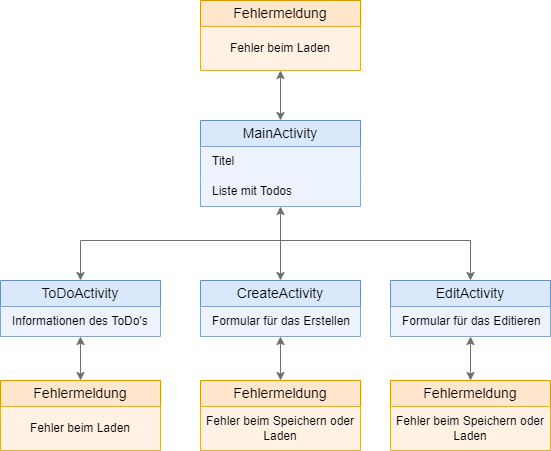
symapp/bbc-doTooo keeps this draw.io diagram as docs/images/app-structure.png. Above is the earlier version. Source tidied: cells renumbered, new cells last; positions are measured from the earlier drawing's top-left corner, leaving out a move shared by most shapes.
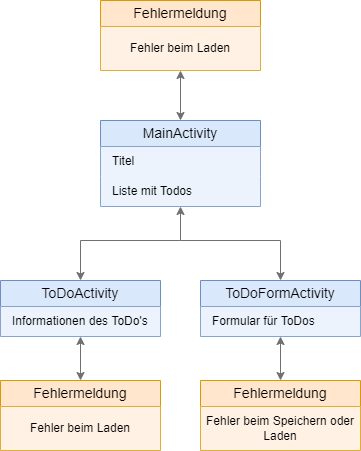
After the commit.

The edit, as a diff of the source:
```diff
@@ -3,7 +3,7 @@
     <mxCell id="0" />
     <mxCell id="1" parent="0" />
     <mxCell id="2" value="MainActivity" style="swimlane;fontStyle=0;horizontal=1;startSize=26;align=center;fontSize=14;fillColor=#dae8fc;strokeColor=#6c8ebf;whiteSpace=wrap;html=1;labelBackgroundColor=none;" parent="1" vertex="1">
-      <mxGeometry x="200" y="120" width="160" height="86" as="geometry" />
+      <mxGeometry x="100" y="120" width="160" height="86" as="geometry" />
     </mxCell>
     <mxCell id="3" value="Titel" style="text;strokeColor=none;fillColor=#dae8fc;spacingLeft=10;spacingRight=4;overflow=hidden;fontSize=12;verticalAlign=middle;whiteSpace=wrap;html=1;labelBackgroundColor=none;opacity=50;" parent="2" vertex="1">
       <mxGeometry y="26" width="160" height="30" as="geometry" />
@@ -17,20 +17,25 @@
     <mxCell id="6" value="Informationen des ToDo's" style="text;strokeColor=none;fillColor=#dae8fc;spacingLeft=10;spacingRight=4;overflow=hidden;fontSize=12;align=left;verticalAlign=middle;whiteSpace=wrap;html=1;labelBackgroundColor=none;opacity=50;" parent="5" vertex="1">
       <mxGeometry y="26" width="160" height="30" as="geometry" />
     </mxCell>
-    <mxCell id="7" style="endArrow=classic;startArrow=classic;rounded=0;html=1;labelBackgroundColor=none;entryX=0.5;entryY=1;entryDx=0;entryDy=0;strokeColor=#707070;" parent="1" edge="1" source="8" target="2">
-      <mxGeometry relative="1" as="geometry" />
+    <mxCell id="7" style="endArrow=classic;startArrow=classic;rounded=0;html=1;labelBackgroundColor=none;entryX=0.5;entryY=1;entryDx=0;entryDy=0;strokeColor=#707070;exitX=0.5;exitY=0;exitDx=0;exitDy=0;" parent="1" edge="1" source="8" target="2">
+      <mxGeometry relative="1" as="geometry">
+        <Array as="points">
+          <mxPoint x="280" y="240" />
+          <mxPoint x="180" y="240" />
+        </Array>
+      </mxGeometry>
     </mxCell>
-    <mxCell id="8" value="CreateActivity" style="swimlane;fontStyle=0;horizontal=1;startSize=26;align=center;fontSize=14;fillColor=#dae8fc;strokeColor=#6c8ebf;swimlaneLine=1;whiteSpace=wrap;html=1;labelBackgroundColor=none;" parent="1" vertex="1">
+    <mxCell id="8" value="ToDoFormActivity" style="swimlane;fontStyle=0;horizontal=1;startSize=26;align=center;fontSize=14;fillColor=#dae8fc;strokeColor=#6c8ebf;swimlaneLine=1;whiteSpace=wrap;html=1;labelBackgroundColor=none;" parent="1" vertex="1">
       <mxGeometry x="200" y="280" width="160" height="56" as="geometry" />
     </mxCell>
-    <mxCell id="9" value="Formular für das Erstellen" style="text;strokeColor=none;fillColor=#dae8fc;spacingLeft=10;spacingRight=4;overflow=hidden;fontSize=12;verticalAlign=middle;whiteSpace=wrap;html=1;labelBackgroundColor=none;opacity=50;" parent="8" vertex="1">
+    <mxCell id="9" value="Formular für ToDos" style="text;strokeColor=none;fillColor=#dae8fc;spacingLeft=10;spacingRight=4;overflow=hidden;fontSize=12;verticalAlign=middle;whiteSpace=wrap;html=1;labelBackgroundColor=none;opacity=50;" parent="8" vertex="1">
       <mxGeometry y="26" width="160" height="30" as="geometry" />
     </mxCell>
     <mxCell id="10" style="endArrow=classic;rounded=0;html=1;labelBackgroundColor=none;entryX=0.5;entryY=0;entryDx=0;entryDy=0;strokeColor=#707070;" parent="1" edge="1" target="5">
       <mxGeometry relative="1" as="geometry">
-        <mxPoint x="280" y="240" as="sourcePoint" />
+        <mxPoint x="180" y="240" as="sourcePoint" />
         <Array as="points">
-          <mxPoint x="280" y="240" />
+          <mxPoint x="180" y="240" />
           <mxPoint x="80" y="240" />
         </Array>
       </mxGeometry>
@@ -54,7 +59,7 @@
       <mxGeometry relative="1" as="geometry" />
     </mxCell>
     <mxCell id="17" value="Fehlermeldung" style="swimlane;fontStyle=0;horizontal=1;startSize=26;align=center;fontSize=14;fillColor=#ffe6cc;strokeColor=#d79b00;gradientColor=none;swimlaneFillColor=none;whiteSpace=wrap;html=1;labelBackgroundColor=none;" parent="1" vertex="1">
-      <mxGeometry x="200" width="160" height="70" as="geometry" />
+      <mxGeometry x="100" width="160" height="70" as="geometry" />
     </mxCell>
     <mxCell id="18" value="Fehler beim Laden" style="text;strokeColor=none;fillColor=#ffe6cc;spacingLeft=4;spacingRight=4;overflow=hidden;fontSize=12;align=center;verticalAlign=middle;whiteSpace=wrap;html=1;labelBackgroundColor=none;opacity=50;" parent="17" vertex="1">
       <mxGeometry y="26" width="160" height="44" as="geometry" />
@@ -62,28 +67,5 @@
     <mxCell id="19" style="endArrow=classic;startArrow=classic;rounded=0;html=1;labelBackgroundColor=none;strokeColor=#707070;" parent="1" edge="1" source="17" target="2">
       <mxGeometry relative="1" as="geometry" />
     </mxCell>
-    <mxCell id="20" value="EditActivity" style="swimlane;fontStyle=0;horizontal=1;startSize=26;align=center;fontSize=14;fillColor=#dae8fc;strokeColor=#6c8ebf;swimlaneLine=1;whiteSpace=wrap;html=1;labelBackgroundColor=none;" parent="1" vertex="1">
-      <mxGeometry x="390" y="280" width="160" height="56" as="geometry" />
-    </mxCell>
-    <mxCell id="21" value="Formular für das Editieren" style="text;strokeColor=none;fillColor=#dae8fc;spacingLeft=10;spacingRight=4;overflow=hidden;fontSize=12;verticalAlign=middle;whiteSpace=wrap;html=1;labelBackgroundColor=none;opacity=50;" parent="20" vertex="1">
-      <mxGeometry y="26" width="160" height="30" as="geometry" />
-    </mxCell>
-    <mxCell id="22" value="Fehlermeldung" style="swimlane;fontStyle=0;horizontal=1;startSize=26;align=center;fontSize=14;fillColor=#ffe6cc;strokeColor=#d79b00;gradientColor=none;swimlaneFillColor=none;swimlaneLine=1;glass=0;shadow=0;sketch=0;rounded=0;whiteSpace=wrap;html=1;labelBackgroundColor=none;" parent="1" vertex="1">
-      <mxGeometry x="390" y="380" width="160" height="70" as="geometry" />
-    </mxCell>
-    <mxCell id="23" value="Fehler beim Speichern oder Laden" style="text;strokeColor=none;fillColor=#ffe6cc;spacingLeft=4;spacingRight=4;overflow=hidden;fontSize=12;align=center;verticalAlign=middle;whiteSpace=wrap;html=1;labelBackgroundColor=none;opacity=50;" parent="22" vertex="1">
-      <mxGeometry y="26" width="160" height="44" as="geometry" />
-    </mxCell>
-    <mxCell id="24" style="endArrow=classic;startArrow=classic;rounded=0;html=1;labelBackgroundColor=none;strokeColor=#707070;" parent="1" edge="1" source="22" target="20">
-      <mxGeometry relative="1" as="geometry" />
-    </mxCell>
-    <mxCell id="25" style="endArrow=classic;rounded=0;html=1;labelBackgroundColor=none;entryX=0.5;entryY=0;entryDx=0;entryDy=0;strokeColor=#707070;" parent="1" edge="1" target="20">
-      <mxGeometry relative="1" as="geometry">
-        <mxPoint x="280" y="240" as="sourcePoint" />
-        <Array as="points">
-          <mxPoint x="470" y="240" />
-        </Array>
-      </mxGeometry>
-    </mxCell>
   </root>
 </mxGraphModel>
```
